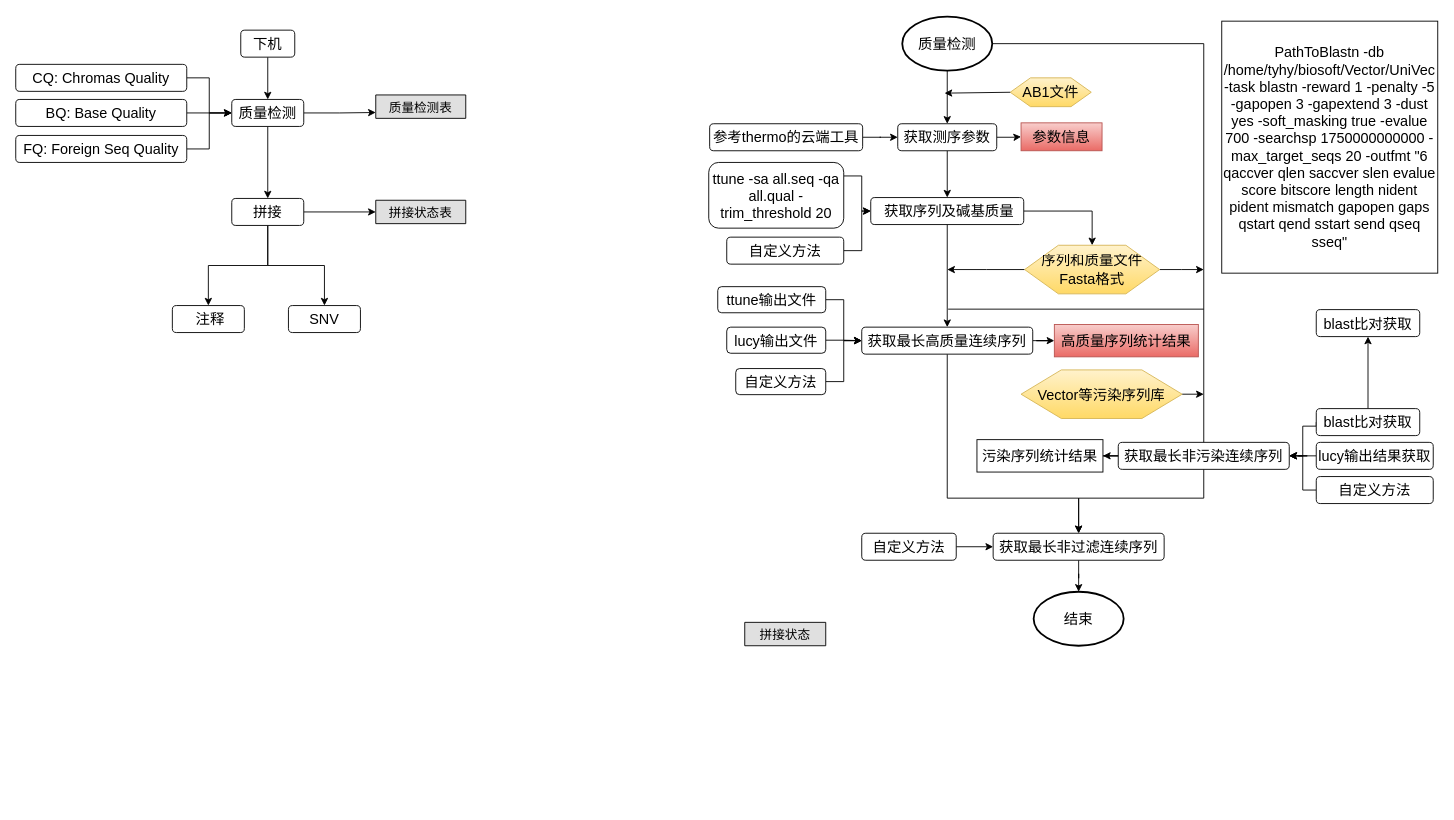
Above: doc/FlowChat.drawio in lry198010/SangerSequenceAnalysis (draw.io), before the change. Source tidied: cells renumbered, new cells numbered last; positions are measured from the earlier drawing's top-left corner, leaving out a move shared by most shapes. Both pictures are drawn from the tidied source at 90%, with x=0, y=0 at pixel (15, 16).
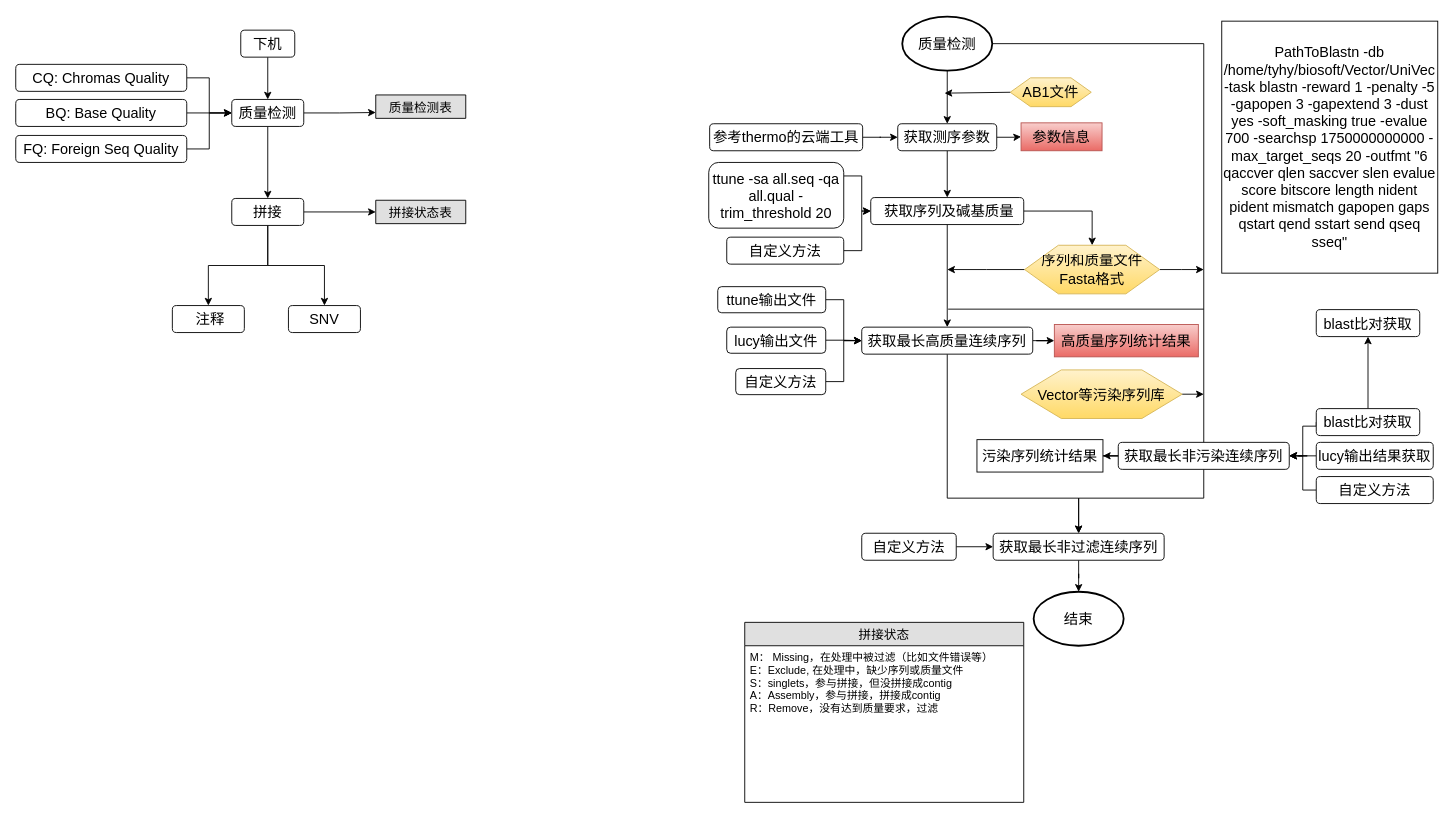
The same page after the edit.

Commit message:
correct chromas file quality check status. FlowChat.drawio

The edit, as a diff of the source:
```diff
@@
-    <mxCell id="70" value="拼接状态" style="swimlane;fontStyle=0;horizontal=1;startSize=26;fillColor=#e0e0e0;swimlaneFillColor=#ffffff;align=center;fontSize=14;" parent="1" vertex="1" collapsed="1">
-      <mxGeometry x="810" y="673" width="90" height="26" as="geometry" />
+    <mxCell id="70" value="拼接状态" style="swimlane;fontStyle=0;horizontal=1;startSize=26;fillColor=#e0e0e0;swimlaneFillColor=#ffffff;align=center;fontSize=14;" parent="1" vertex="1">
+      <mxGeometry x="810" y="673" width="310" height="200" as="geometry" />
     </mxCell>
+    <mxCell id="74" value="M： Missing，在处理中被过滤（比如文件错误等）&#10;E：Exclude, 在处理中，缺少序列或质量文件&#10;S：singlets，参与拼接，但没拼接成contig&#10;A：Assembly，参与拼接，拼接成contig&#10;R：Remove，没有达到质量要求，过滤" style="text;strokeColor=none;fillColor=none;spacingLeft=4;spacingRight=4;overflow=hidden;fontSize=12;" parent="70" vertex="1">
+      <mxGeometry y="26" width="310" height="174" as="geometry" />
+    </mxCell>
```
